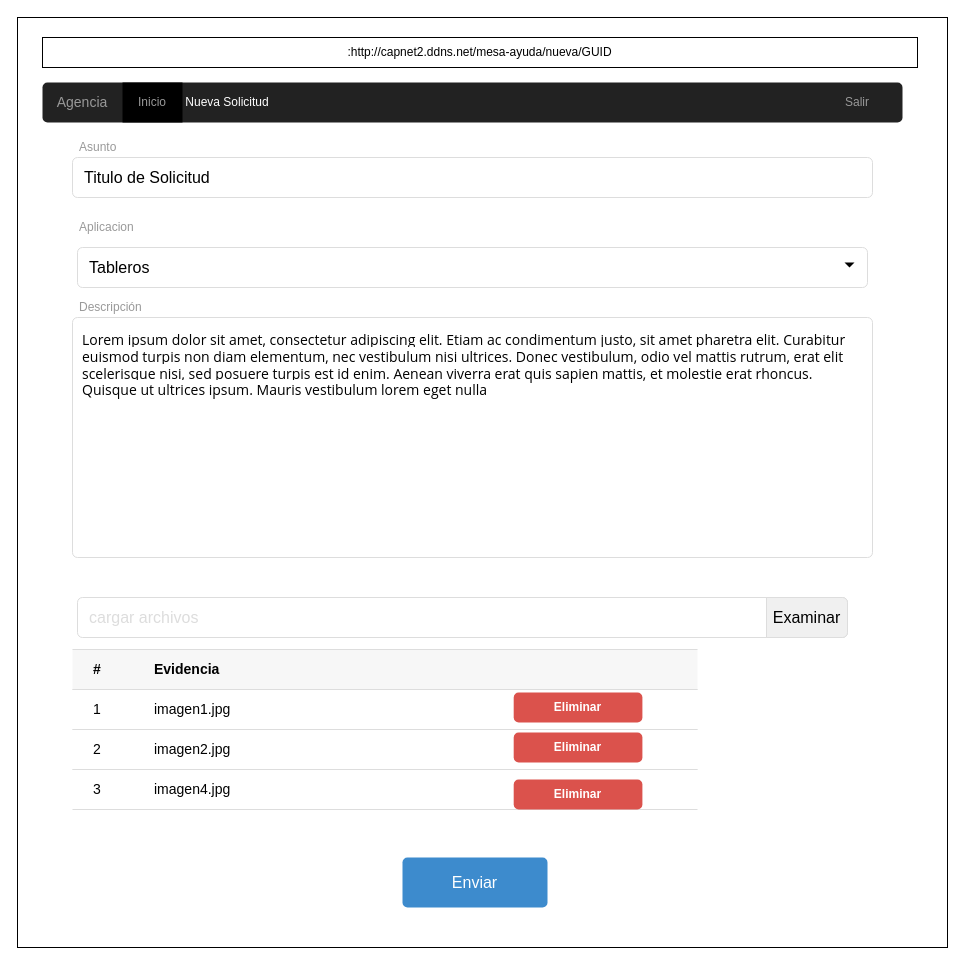
Before: page "Panel-de-Control-Agencia-NuevaSolicitud" (5 of 7) of Mockups/MesaDeAyuda UI.drawio in emmanuelvalentin99/gum-asuntos, a draw.io diagram. Source tidied: cells renumbered, new cells numbered last; positions are measured from the earlier drawing's top-left corner, leaving out a move shared by most shapes. Both pictures are drawn from the tidied source at 100%, with x=0, y=0 at pixel (17, 17).
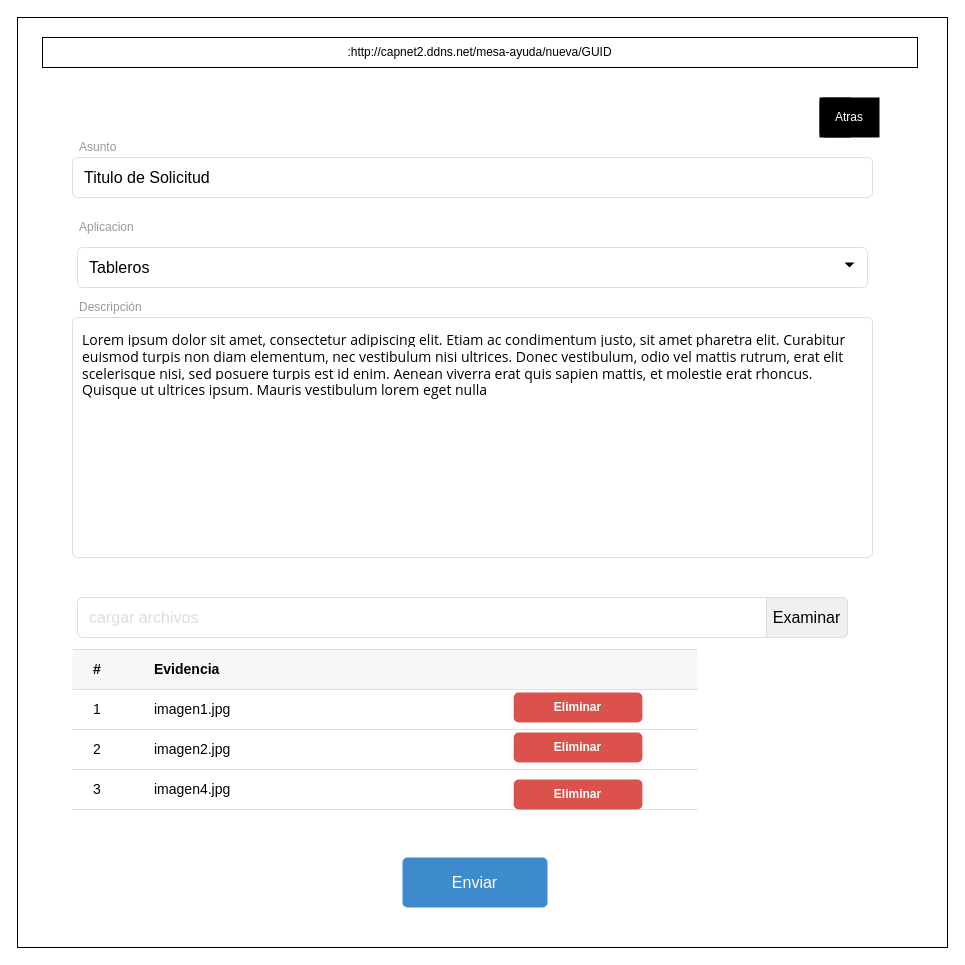
After the change.

The edit, as a diff of the source:
```diff
@@
     <mxCell id="4" style="html=1;shadow=0;dashed=0;shape=mxgraph.bootstrap.rrect;strokeColor=none;rSize=5;fillColor=#222222;" parent="1" vertex="1">
-      <mxGeometry x="25" y="65" width="860" height="40" as="geometry" />
+      <mxGeometry x="802" y="80" width="35" height="40" as="geometry" />
     </mxCell>
-    <mxCell id="5" value="Agencia" style="html=1;shadow=0;dashed=0;shape=mxgraph.bootstrap.rect;strokeColor=none;fillColor=none;fontColor=#999999;fontSize=14;whiteSpace=wrap;" parent="4" vertex="1">
-      <mxGeometry width="80" height="40" relative="1" as="geometry" />
-    </mxCell>
-    <mxCell id="6" value="&lt;font color=&quot;#999999&quot;&gt;Inicio&lt;/font&gt;" style="html=1;shadow=0;dashed=0;shape=mxgraph.bootstrap.rect;fillColor=#000000;strokeColor=none;fontColor=#FFFFFF;whiteSpace=wrap;" parent="4" vertex="1">
-      <mxGeometry width="60" height="40" relative="1" as="geometry">
-        <mxPoint x="80" as="offset" />
-      </mxGeometry>
+    <mxCell id="6" value="&lt;font&gt;Atras&lt;/font&gt;" style="html=1;shadow=0;dashed=0;shape=mxgraph.bootstrap.rect;fillColor=#000000;strokeColor=none;fontColor=#FFFFFF;whiteSpace=wrap;" parent="4" vertex="1">
+      <mxGeometry width="60" height="40" relative="1" as="geometry" />
     </mxCell>
-    <mxCell id="7" value="Nueva Solicitud" style="html=1;shadow=0;dashed=0;shape=mxgraph.bootstrap.rect;strokeColor=none;fillColor=none;fontColor=#FFFFFF;whiteSpace=wrap;" parent="4" vertex="1">
-      <mxGeometry width="90" height="40" relative="1" as="geometry">
-        <mxPoint x="140" as="offset" />
-      </mxGeometry>
-    </mxCell>
-    <mxCell id="8" value="Salir" style="html=1;shadow=0;dashed=0;shape=mxgraph.bootstrap.rect;strokeColor=none;fillColor=none;fontColor=#999999;whiteSpace=wrap;" parent="4" vertex="1">
-      <mxGeometry width="60" height="40" relative="1" as="geometry">
-        <mxPoint x="785" as="offset" />
-      </mxGeometry>
-    </mxCell>
```
